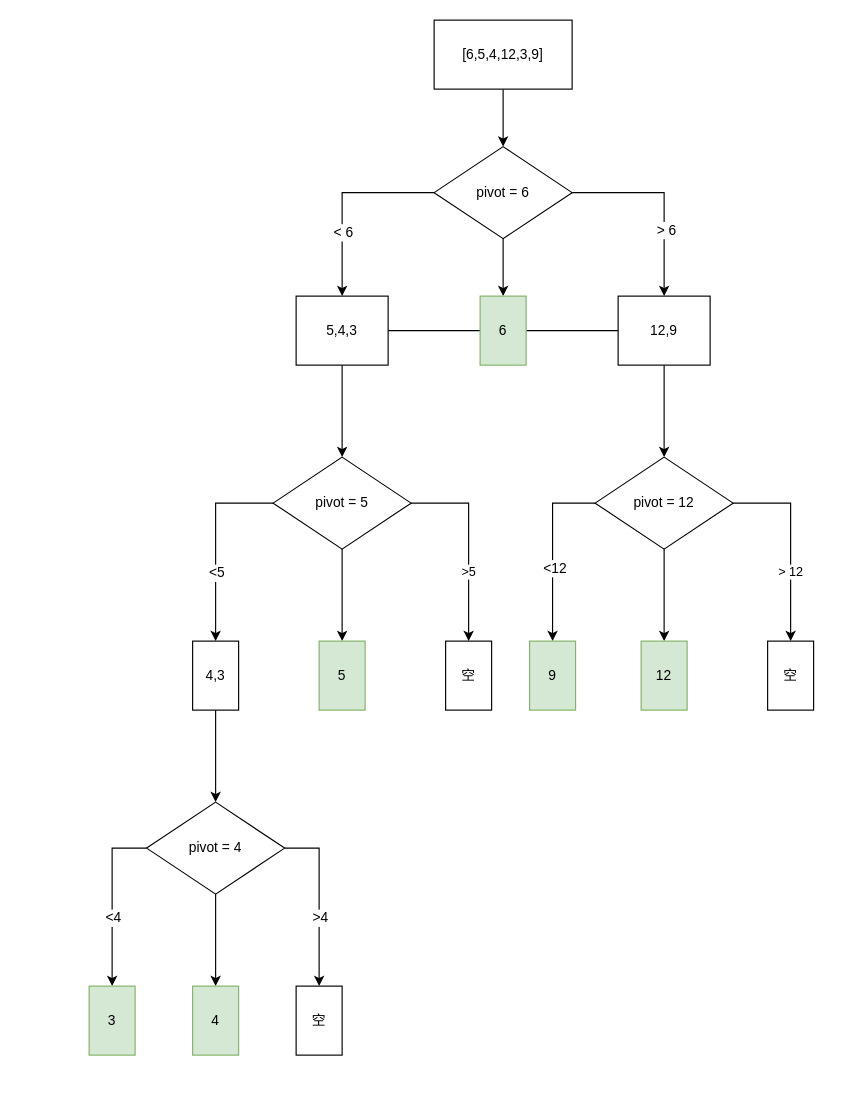
The draw.io diagram drawio-backup/quick-sort.drawio in ILovePing/ILovePing.github.io, before the edit. Source tidied: cells renumbered, new cells numbered last; positions are measured from the earlier drawing's top-left corner, leaving out a move shared by most shapes. Both pictures are drawn from the tidied source at 115%, with x=0, y=0 at pixel (89, 20).
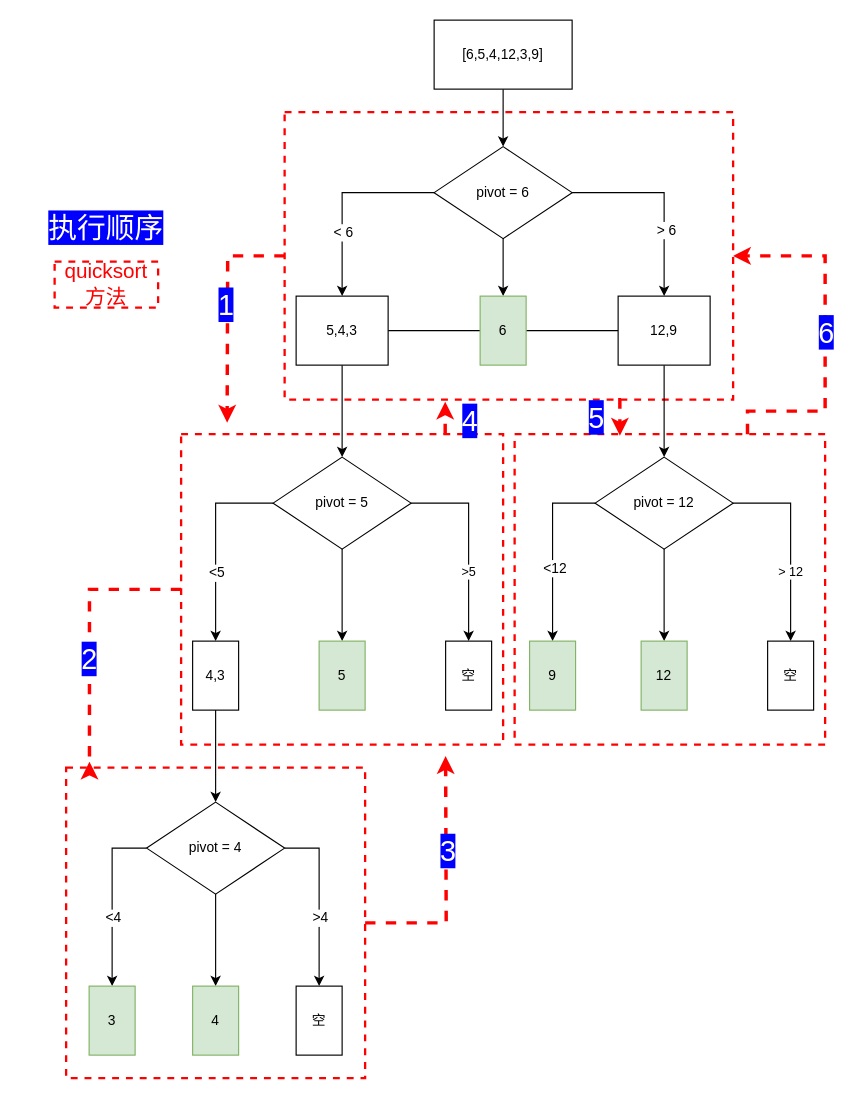
The same diagram, later.

Unchanged cells that the change refers to:
```xml
<mxCell id="39" value="pivot = 12" style="rhombus;whiteSpace=wrap;html=1;" parent="1" vertex="1">
  <mxGeometry x="440" y="380" width="120" height="80" as="geometry" />
</mxCell>
```

The edit, as a diff of the source:
```diff
@@
+    <mxCell id="43" style="rounded=0;whiteSpace=wrap;html=1;shadow=0;fillColor=none;strokeColor=#FF0000;dashed=1;strokeWidth=2;" parent="1" vertex="1">
+      <mxGeometry x="-20" y="650" width="260" height="270" as="geometry" />
+    </mxCell>
+    <mxCell id="44" style="edgeStyle=orthogonalEdgeStyle;rounded=0;jettySize=auto;html=1;exitX=0.75;exitY=1;exitDx=0;exitDy=0;entryX=0.339;entryY=0.005;entryDx=0;entryDy=0;entryPerimeter=0;dashed=1;endArrow=classic;endFill=1;strokeColor=#FF0000;strokeWidth=3;" parent="1" edge="1" source="45" target="49">
+      <mxGeometry relative="1" as="geometry" />
+    </mxCell>
+    <mxCell id="45" style="rounded=0;whiteSpace=wrap;html=1;shadow=0;fillColor=none;strokeColor=#FF0000;dashed=1;strokeWidth=2;" parent="1" vertex="1">
+      <mxGeometry x="170" y="80" width="390" height="250" as="geometry" />
+    </mxCell>
+    <mxCell id="46" style="edgeStyle=orthogonalEdgeStyle;rounded=0;jettySize=auto;html=1;endArrow=classic;endFill=1;entryX=0.358;entryY=1.007;entryDx=0;entryDy=0;entryPerimeter=0;strokeColor=#FF0000;strokeWidth=3;dashed=1;" parent="1" edge="1" source="47" target="45">
+      <mxGeometry relative="1" as="geometry">
+        <Array as="points">
+          <mxPoint x="310" y="360" />
+          <mxPoint x="310" y="360" />
+        </Array>
+      </mxGeometry>
+    </mxCell>
+    <mxCell id="47" style="rounded=0;whiteSpace=wrap;html=1;shadow=0;fillColor=none;strokeColor=#FF0000;dashed=1;strokeWidth=2;" parent="1" vertex="1">
+      <mxGeometry x="80" y="360" width="280" height="270" as="geometry" />
+    </mxCell>
+    <mxCell id="48" style="edgeStyle=orthogonalEdgeStyle;rounded=0;jettySize=auto;html=1;exitX=0.75;exitY=0;exitDx=0;exitDy=0;entryX=1;entryY=0.5;entryDx=0;entryDy=0;dashed=1;endArrow=classic;endFill=1;strokeColor=#FF0000;strokeWidth=3;" parent="1" edge="1" source="49" target="45">
+      <mxGeometry relative="1" as="geometry">
+        <Array as="points">
+          <mxPoint x="572" y="340" />
+          <mxPoint x="640" y="340" />
+          <mxPoint x="640" y="205" />
+        </Array>
+      </mxGeometry>
+    </mxCell>
+    <mxCell id="49" style="rounded=0;whiteSpace=wrap;html=1;shadow=0;fillColor=none;strokeColor=#FF0000;dashed=1;strokeWidth=2;" parent="1" vertex="1">
+      <mxGeometry x="370" y="360" width="270" height="270" as="geometry" />
+    </mxCell>
@@
-    <mxCell id="35" style="edgeStyle=orthogonalEdgeStyle;rounded=0;jettySize=auto;html=1;endArrow=classic;endFill=1;" parent="1" edge="1" source="39">
-      <mxGeometry relative="1" as="geometry">
-        <mxPoint x="500" y="540" as="targetPoint" />
-      </mxGeometry>
-    </mxCell>
@@
+    <mxCell id="50" style="edgeStyle=orthogonalEdgeStyle;rounded=0;jettySize=auto;html=1;endArrow=classic;endFill=1;" parent="1" edge="1" source="39">
+      <mxGeometry relative="1" as="geometry">
+        <mxPoint x="500" y="540" as="targetPoint" />
+      </mxGeometry>
+    </mxCell>
@@
+    <mxCell id="51" style="edgeStyle=orthogonalEdgeStyle;rounded=0;jettySize=auto;html=1;endArrow=classic;endFill=1;strokeWidth=3;dashed=1;strokeColor=#FF0000;" parent="1" edge="1" source="43">
+      <mxGeometry relative="1" as="geometry">
+        <mxPoint x="310" y="640" as="targetPoint" />
+      </mxGeometry>
+    </mxCell>
+    <mxCell id="52" value="3" style="text;html=1;align=center;verticalAlign=middle;labelBackgroundColor=#0000FF;fontSize=25;fontColor=#FFFFFF;" parent="51" vertex="1">
+      <mxGeometry x="0.24" y="-1" relative="1" as="geometry" />
+    </mxCell>
+    <mxCell id="53" style="edgeStyle=orthogonalEdgeStyle;rounded=0;jettySize=auto;html=1;endArrow=classic;endFill=1;strokeColor=#FF0000;strokeWidth=3;dashed=1;" parent="1" edge="1" source="45">
+      <mxGeometry relative="1" as="geometry">
+        <mxPoint x="120" y="350" as="targetPoint" />
+      </mxGeometry>
+    </mxCell>
+    <mxCell id="54" value="1" style="text;align=center;verticalAlign=middle;labelBackgroundColor=#0000FF;html=1;fontColor=#FFFFFF;fontSize=25;" parent="53" vertex="1">
+      <mxGeometry x="-0.06" y="-2" relative="1" as="geometry" />
+    </mxCell>
+    <mxCell id="55" style="edgeStyle=orthogonalEdgeStyle;rounded=0;jettySize=auto;html=1;endArrow=classic;endFill=1;entryX=0.078;entryY=-0.019;entryDx=0;entryDy=0;entryPerimeter=0;exitX=0;exitY=0.5;exitDx=0;exitDy=0;dashed=1;strokeColor=#FF0000;strokeWidth=3;" parent="1" edge="1" source="47" target="43">
+      <mxGeometry relative="1" as="geometry" />
+    </mxCell>
+    <mxCell id="56" value="2" style="text;align=center;verticalAlign=middle;labelBackgroundColor=#0000FF;html=1;fontColor=#FFFFFF;fontSize=25;spacingLeft=5;spacingRight=5;" parent="1" vertex="1">
+      <mxGeometry y="560" as="geometry">
+        <mxPoint x="-1" y="-6" as="offset" />
+      </mxGeometry>
+    </mxCell>
+    <mxCell id="57" value="4" style="text;html=1;align=center;verticalAlign=middle;labelBackgroundColor=#0000FF;fontSize=25;fontColor=#FFFFFF;" parent="1" vertex="1">
+      <mxGeometry x="330" y="360" as="geometry">
+        <mxPoint y="-13" as="offset" />
+      </mxGeometry>
+    </mxCell>
+    <mxCell id="58" value="5" style="text;html=1;align=center;verticalAlign=middle;labelBackgroundColor=#0000FF;fontSize=25;fontColor=#FFFFFF;" parent="1" vertex="1">
+      <mxGeometry x="440" y="344.5" as="geometry" />
+    </mxCell>
+    <mxCell id="59" value="6" style="text;html=1;align=center;verticalAlign=middle;labelBackgroundColor=#0000FF;fontSize=25;fontColor=#FFFFFF;" parent="1" vertex="1">
+      <mxGeometry x="640" y="270" as="geometry" />
+    </mxCell>
+    <mxCell id="60" value="执行顺序" style="text;html=1;strokeColor=none;fillColor=none;align=center;verticalAlign=middle;whiteSpace=wrap;rounded=0;shadow=0;dashed=1;labelBackgroundColor=#0000FF;fontSize=25;fontColor=#FFFFFF;" parent="1" vertex="1">
+      <mxGeometry x="-60" y="170" width="150" height="20" as="geometry" />
+    </mxCell>
+    <mxCell id="61" value="quicksort方法" style="rounded=0;whiteSpace=wrap;html=1;shadow=0;dashed=1;labelBackgroundColor=none;strokeColor=#FF0000;strokeWidth=2;fillColor=none;fontSize=18;fontColor=#FF0000;align=center;" parent="1" vertex="1">
+      <mxGeometry x="-30" y="210" width="90" height="40" as="geometry" />
+    </mxCell>
```
